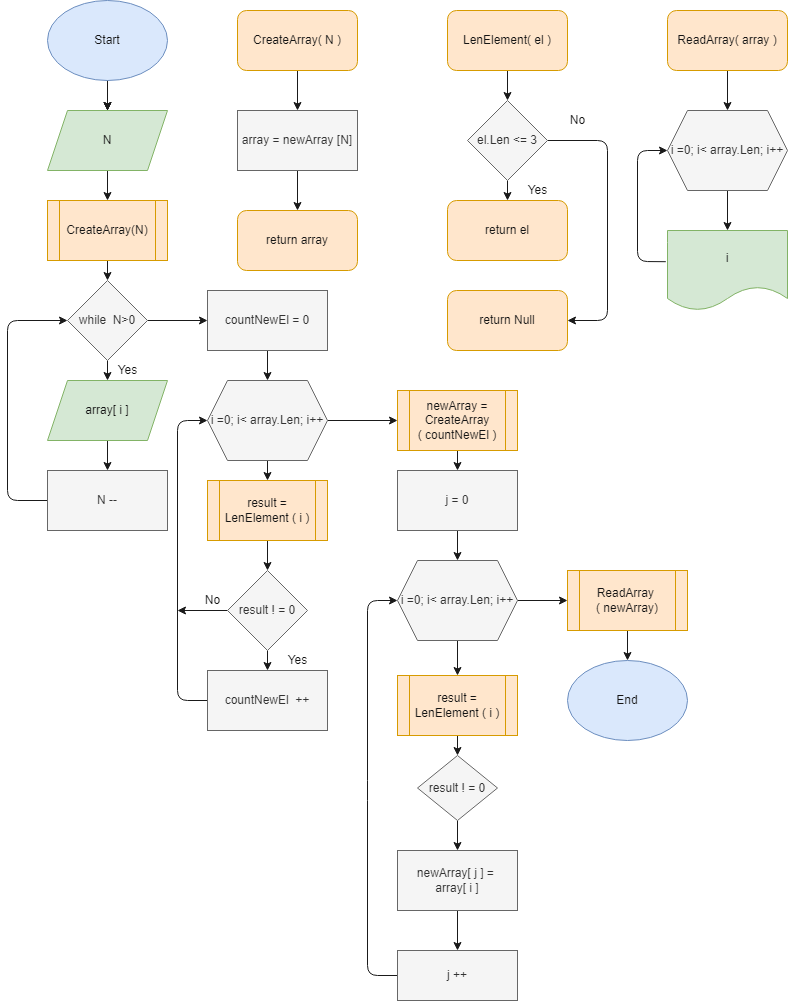
Artur-by/GeekBrainsControlWork keeps this draw.io diagram as Control1/control1.png. Above is the earlier version. Source tidied: cells renumbered, new cells last; positions are measured from the earlier drawing's top-left corner, leaving out a move shared by most shapes.
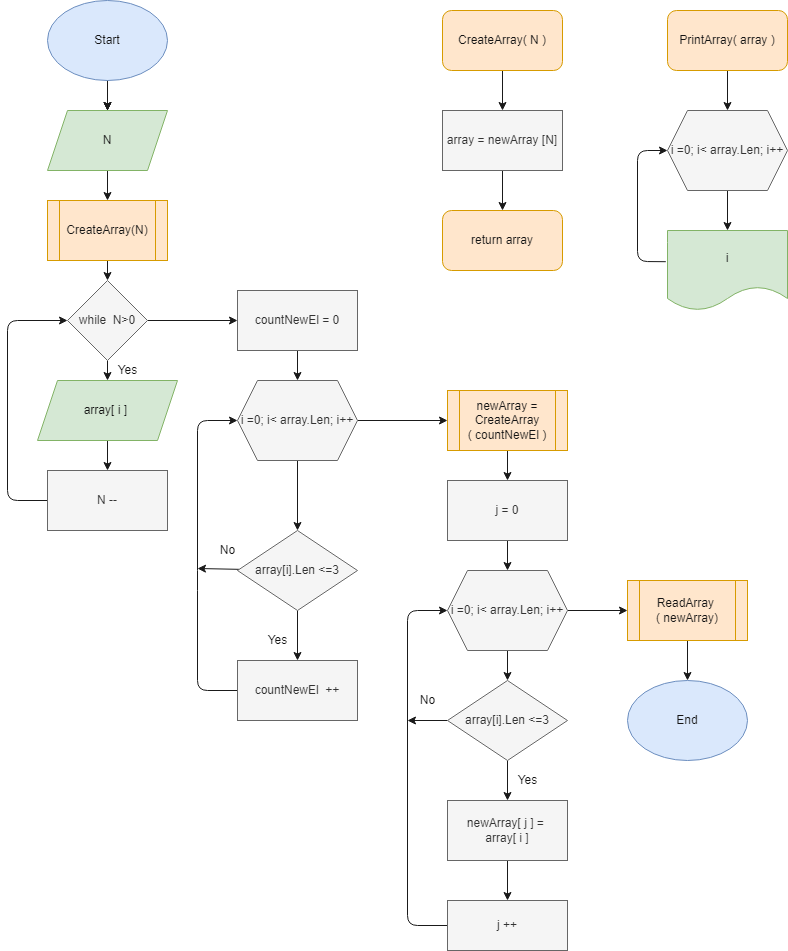
The same file after the commit.

Commit message:
Changed the solution algorithm and block diagram, add to git drawio file

Diff of the diagram source:
```diff
@@ -26,22 +26,22 @@
     </mxCell>
     <mxCell id="8" style="edgeStyle=none;html=1;fontColor=#141414;strokeColor=#1A1A1A;" parent="1" edge="1" source="9">
       <mxGeometry relative="1" as="geometry">
-        <mxPoint x="290" y="110" as="targetPoint" />
+        <mxPoint x="495" y="110" as="targetPoint" />
       </mxGeometry>
     </mxCell>
     <mxCell id="9" value="&lt;font color=&quot;#141414&quot;&gt;CreateArray( N )&lt;/font&gt;" style="rounded=1;whiteSpace=wrap;html=1;fillColor=#ffe6cc;strokeColor=#d79b00;" parent="1" vertex="1">
-      <mxGeometry x="230" y="10" width="120" height="60" as="geometry" />
+      <mxGeometry x="435" y="10" width="120" height="60" as="geometry" />
     </mxCell>
     <mxCell id="10" style="edgeStyle=none;html=1;fontColor=#141414;strokeColor=#1A1A1A;" parent="1" edge="1" source="11">
       <mxGeometry relative="1" as="geometry">
-        <mxPoint x="290" y="210" as="targetPoint" />
+        <mxPoint x="495" y="210" as="targetPoint" />
       </mxGeometry>
     </mxCell>
     <mxCell id="11" value="array = newArray [N]" style="rounded=0;whiteSpace=wrap;html=1;fontColor=#333333;fillColor=#f5f5f5;strokeColor=#666666;" parent="1" vertex="1">
-      <mxGeometry x="230" y="110" width="120" height="60" as="geometry" />
+      <mxGeometry x="435" y="110" width="120" height="60" as="geometry" />
     </mxCell>
     <mxCell id="12" value="&lt;font color=&quot;#141414&quot;&gt;return array&lt;/font&gt;" style="rounded=1;whiteSpace=wrap;html=1;fillColor=#ffe6cc;strokeColor=#d79b00;" parent="1" vertex="1">
-      <mxGeometry x="230" y="210" width="120" height="60" as="geometry" />
+      <mxGeometry x="435" y="210" width="120" height="60" as="geometry" />
     </mxCell>
     <mxCell id="13" style="edgeStyle=none;html=1;fontColor=#141414;strokeColor=#1A1A1A;" parent="1" edge="1" source="14">
       <mxGeometry relative="1" as="geometry">
@@ -51,21 +51,11 @@
     <mxCell id="14" value="&lt;font color=&quot;#141414&quot;&gt;CreateArray(N)&lt;/font&gt;" style="shape=process;whiteSpace=wrap;html=1;backgroundOutline=1;fillColor=#ffe6cc;strokeColor=#d79b00;" parent="1" vertex="1">
       <mxGeometry x="40" y="200" width="120" height="60" as="geometry" />
     </mxCell>
-    <mxCell id="15" style="edgeStyle=none;html=1;entryX=0.5;entryY=0;entryDx=0;entryDy=0;fontColor=#141414;strokeColor=#1A1A1A;" parent="1" edge="1" source="16">
-      <mxGeometry relative="1" as="geometry">
-        <mxPoint x="500" y="100" as="targetPoint" />
-      </mxGeometry>
-    </mxCell>
-    <mxCell id="16" value="&lt;font color=&quot;#141414&quot;&gt;LenElement( el )&lt;/font&gt;" style="rounded=1;whiteSpace=wrap;html=1;fillColor=#ffe6cc;strokeColor=#d79b00;" parent="1" vertex="1">
-      <mxGeometry x="440" y="10" width="120" height="60" as="geometry" />
-    </mxCell>
     <mxCell id="17" style="edgeStyle=none;html=1;fontColor=#141414;strokeColor=#1A1A1A;" parent="1" edge="1" source="19" target="21">
       <mxGeometry relative="1" as="geometry" />
     </mxCell>
-    <mxCell id="18" style="edgeStyle=none;html=1;exitX=1;exitY=0.5;exitDx=0;exitDy=0;fontColor=#141414;strokeColor=#1A1A1A;" parent="1" edge="1" source="19">
-      <mxGeometry relative="1" as="geometry">
-        <mxPoint x="200" y="320" as="targetPoint" />
-      </mxGeometry>
+    <mxCell id="18" style="edgeStyle=none;html=1;exitX=1;exitY=0.5;exitDx=0;exitDy=0;fontColor=#141414;strokeColor=#1A1A1A;entryX=0;entryY=0.5;entryDx=0;entryDy=0;" parent="1" edge="1" source="19" target="34">
+      <mxGeometry relative="1" as="geometry" />
     </mxCell>
     <mxCell id="19" value="while&amp;nbsp; N&amp;gt;0" style="rhombus;whiteSpace=wrap;html=1;fontColor=#333333;fillColor=#f5f5f5;strokeColor=#666666;" parent="1" vertex="1">
       <mxGeometry x="60" y="280" width="80" height="80" as="geometry" />
@@ -73,8 +63,8 @@
     <mxCell id="20" style="edgeStyle=none;html=1;fontColor=#141414;strokeColor=#1A1A1A;" parent="1" edge="1" source="21" target="23">
       <mxGeometry relative="1" as="geometry" />
     </mxCell>
-    <mxCell id="21" value="&lt;font color=&quot;#141414&quot;&gt;array[ i ]&lt;/font&gt;" style="shape=parallelogram;perimeter=parallelogramPerimeter;whiteSpace=wrap;html=1;fixedSize=1;fillColor=#d5e8d4;strokeColor=#82b366;" parent="1" vertex="1">
-      <mxGeometry x="40" y="380" width="120" height="60" as="geometry" />
+    <mxCell id="21" value="&lt;font color=&quot;#141414&quot;&gt;array[ i ]&amp;nbsp;&lt;br&gt;&lt;/font&gt;" style="shape=parallelogram;perimeter=parallelogramPerimeter;whiteSpace=wrap;html=1;fixedSize=1;fillColor=#d5e8d4;strokeColor=#82b366;" parent="1" vertex="1">
+      <mxGeometry x="30" y="380" width="140" height="60" as="geometry" />
     </mxCell>
     <mxCell id="22" style="edgeStyle=none;html=1;entryX=0;entryY=0.5;entryDx=0;entryDy=0;fontColor=#141414;strokeColor=#1A1A1A;exitX=0;exitY=0.5;exitDx=0;exitDy=0;" parent="1" edge="1" source="23" target="19">
       <mxGeometry relative="1" as="geometry">
@@ -90,154 +80,93 @@
     <mxCell id="24" value="Yes" style="text;html=1;align=center;verticalAlign=middle;strokeColor=none;fillColor=none;fontColor=#141414;" parent="1" vertex="1">
       <mxGeometry x="100" y="360" width="40" height="20" as="geometry" />
     </mxCell>
-    <mxCell id="25" style="edgeStyle=none;html=1;fontColor=#141414;strokeColor=#1A1A1A;" parent="1" edge="1" target="28">
-      <mxGeometry relative="1" as="geometry">
-        <mxPoint x="500" y="180" as="sourcePoint" />
-      </mxGeometry>
-    </mxCell>
-    <mxCell id="26" style="edgeStyle=none;html=1;fontColor=#141414;strokeColor=#1A1A1A;" parent="1" edge="1" source="28">
-      <mxGeometry relative="1" as="geometry">
-        <mxPoint x="500" y="200" as="targetPoint" />
-      </mxGeometry>
-    </mxCell>
-    <mxCell id="27" style="edgeStyle=none;html=1;fontColor=#141414;strokeColor=#1A1A1A;exitX=1;exitY=0.5;exitDx=0;exitDy=0;entryX=1;entryY=0.5;entryDx=0;entryDy=0;" parent="1" edge="1" source="28" target="32">
-      <mxGeometry relative="1" as="geometry">
-        <Array as="points">
-          <mxPoint x="600" y="140" />
-          <mxPoint x="600" y="320" />
-        </Array>
-      </mxGeometry>
-    </mxCell>
-    <mxCell id="28" value="el.Len &amp;lt;= 3" style="rhombus;whiteSpace=wrap;html=1;fillColor=#f5f5f5;strokeColor=#666666;fontColor=#333333;" parent="1" vertex="1">
-      <mxGeometry x="460" y="100" width="80" height="80" as="geometry" />
-    </mxCell>
-    <mxCell id="29" value="&lt;font color=&quot;#141414&quot;&gt;return el&lt;/font&gt;" style="rounded=1;whiteSpace=wrap;html=1;fillColor=#ffe6cc;strokeColor=#d79b00;" parent="1" vertex="1">
-      <mxGeometry x="440" y="200" width="120" height="60" as="geometry" />
-    </mxCell>
-    <mxCell id="30" value="Yes" style="text;html=1;align=center;verticalAlign=middle;strokeColor=none;fillColor=none;fontColor=#141414;" parent="1" vertex="1">
-      <mxGeometry x="510" y="180" width="40" height="20" as="geometry" />
-    </mxCell>
-    <mxCell id="31" value="No" style="text;html=1;align=center;verticalAlign=middle;strokeColor=none;fillColor=none;fontColor=#141414;" parent="1" vertex="1">
-      <mxGeometry x="555" y="110" width="30" height="20" as="geometry" />
-    </mxCell>
-    <mxCell id="32" value="&lt;font color=&quot;#141414&quot;&gt;return Null&lt;/font&gt;" style="rounded=1;whiteSpace=wrap;html=1;fillColor=#ffe6cc;strokeColor=#d79b00;" parent="1" vertex="1">
-      <mxGeometry x="440" y="290" width="120" height="60" as="geometry" />
-    </mxCell>
-    <mxCell id="33" style="edgeStyle=none;html=1;fontColor=#141414;strokeColor=#1A1A1A;" parent="1" edge="1" source="34">
-      <mxGeometry relative="1" as="geometry">
-        <mxPoint x="260" y="380" as="targetPoint" />
-      </mxGeometry>
-    </mxCell>
+    <mxCell id="71" style="edgeStyle=none;html=1;entryX=0.5;entryY=0;entryDx=0;entryDy=0;strokeColor=#1A1A1A;" parent="1" edge="1" source="34" target="37">
+      <mxGeometry relative="1" as="geometry" />
+    </mxCell>
     <mxCell id="34" value="countNewEl = 0" style="rounded=0;whiteSpace=wrap;html=1;fontColor=#333333;fillColor=#f5f5f5;strokeColor=#666666;" parent="1" vertex="1">
-      <mxGeometry x="200" y="290" width="120" height="60" as="geometry" />
+      <mxGeometry x="230" y="290" width="120" height="60" as="geometry" />
     </mxCell>
-    <mxCell id="35" style="edgeStyle=none;html=1;exitX=0.5;exitY=1;exitDx=0;exitDy=0;fontColor=#141414;strokeColor=#1A1A1A;" parent="1" edge="1" source="37">
-      <mxGeometry relative="1" as="geometry">
-        <mxPoint x="260" y="480" as="targetPoint" />
-      </mxGeometry>
+    <mxCell id="35" style="edgeStyle=none;html=1;exitX=0.5;exitY=1;exitDx=0;exitDy=0;fontColor=#141414;strokeColor=#1A1A1A;entryX=0.5;entryY=0;entryDx=0;entryDy=0;" parent="1" edge="1" source="37" target="42">
+      <mxGeometry relative="1" as="geometry" />
     </mxCell>
     <mxCell id="36" style="edgeStyle=none;html=1;exitX=1;exitY=0.5;exitDx=0;exitDy=0;fontColor=#141414;strokeColor=#1A1A1A;entryX=0;entryY=0.5;entryDx=0;entryDy=0;" parent="1" edge="1" source="37" target="48">
       <mxGeometry relative="1" as="geometry" />
     </mxCell>
     <mxCell id="37" value="i =0; i&amp;lt; array.Len; i++" style="shape=hexagon;perimeter=hexagonPerimeter2;whiteSpace=wrap;html=1;fixedSize=1;fontColor=#333333;fillColor=#f5f5f5;strokeColor=#666666;" parent="1" vertex="1">
-      <mxGeometry x="200" y="380" width="120" height="80" as="geometry" />
+      <mxGeometry x="230" y="380" width="120" height="80" as="geometry" />
     </mxCell>
-    <mxCell id="38" style="edgeStyle=none;html=1;fontColor=#141414;strokeColor=#1A1A1A;" parent="1" edge="1" source="39" target="42">
-      <mxGeometry relative="1" as="geometry" />
-    </mxCell>
-    <mxCell id="39" value="&lt;font color=&quot;#141414&quot;&gt;result = LenElement ( i )&lt;/font&gt;" style="shape=process;whiteSpace=wrap;html=1;backgroundOutline=1;fillColor=#ffe6cc;strokeColor=#d79b00;" parent="1" vertex="1">
-      <mxGeometry x="200" y="480" width="120" height="60" as="geometry" />
-    </mxCell>
     <mxCell id="40" style="edgeStyle=none;html=1;fontColor=#141414;strokeColor=#1A1A1A;" parent="1" edge="1" source="42" target="44">
       <mxGeometry relative="1" as="geometry" />
     </mxCell>
-    <mxCell id="41" style="edgeStyle=none;html=1;fontColor=#141414;strokeColor=#1A1A1A;" parent="1" edge="1" source="42">
-      <mxGeometry relative="1" as="geometry">
-        <mxPoint x="170" y="610" as="targetPoint" />
-      </mxGeometry>
-    </mxCell>
+    <mxCell id="72" style="edgeStyle=none;html=1;strokeColor=#1A1A1A;" parent="1" edge="1" source="42">
+      <mxGeometry relative="1" as="geometry">
+        <mxPoint x="190" y="568" as="targetPoint" />
+      </mxGeometry>
+    </mxCell>
-    <mxCell id="42" value="result ! = 0" style="rhombus;whiteSpace=wrap;html=1;fillColor=#f5f5f5;strokeColor=#666666;fontColor=#333333;" parent="1" vertex="1">
-      <mxGeometry x="220" y="570" width="80" height="80" as="geometry" />
+    <mxCell id="42" value="array[i].Len &amp;lt;=3" style="rhombus;whiteSpace=wrap;html=1;fillColor=#f5f5f5;strokeColor=#666666;fontColor=#333333;" parent="1" vertex="1">
+      <mxGeometry x="230" y="530" width="120" height="80" as="geometry" />
     </mxCell>
-    <mxCell id="43" style="edgeStyle=none;html=1;entryX=0;entryY=0.5;entryDx=0;entryDy=0;fontColor=#141414;strokeColor=#1A1A1A;" parent="1" edge="1" target="37">
+    <mxCell id="43" style="edgeStyle=none;html=1;entryX=0;entryY=0.5;entryDx=0;entryDy=0;fontColor=#141414;strokeColor=#1A1A1A;exitX=0;exitY=0.5;exitDx=0;exitDy=0;" parent="1" edge="1" source="44" target="37">
       <mxGeometry relative="1" as="geometry">
-        <mxPoint x="200" y="700" as="sourcePoint" />
         <Array as="points">
-          <mxPoint x="170" y="700" />
-          <mxPoint x="170" y="420" />
+          <mxPoint x="190" y="690" />
+          <mxPoint x="190" y="580" />
+          <mxPoint x="190" y="420" />
         </Array>
       </mxGeometry>
     </mxCell>
     <mxCell id="44" value="&lt;span&gt;countNewEl&amp;nbsp; ++&lt;/span&gt;" style="whiteSpace=wrap;html=1;fillColor=#f5f5f5;strokeColor=#666666;fontColor=#333333;" parent="1" vertex="1">
-      <mxGeometry x="200" y="670" width="120" height="60" as="geometry" />
+      <mxGeometry x="230" y="660" width="120" height="60" as="geometry" />
     </mxCell>
     <mxCell id="45" value="Yes" style="text;html=1;align=center;verticalAlign=middle;strokeColor=none;fillColor=none;fontColor=#141414;" parent="1" vertex="1">
-      <mxGeometry x="270" y="650" width="40" height="20" as="geometry" />
+      <mxGeometry x="250" y="630" width="40" height="20" as="geometry" />
     </mxCell>
-    <mxCell id="46" value="No" style="text;html=1;align=center;verticalAlign=middle;strokeColor=none;fillColor=none;fontColor=#141414;" parent="1" vertex="1">
-      <mxGeometry x="190" y="590" width="30" height="20" as="geometry" />
-    </mxCell>
     <mxCell id="47" style="edgeStyle=none;html=1;entryX=0.5;entryY=0;entryDx=0;entryDy=0;fontColor=#141414;strokeColor=#1A1A1A;" parent="1" edge="1" source="48" target="57">
       <mxGeometry relative="1" as="geometry" />
     </mxCell>
     <mxCell id="48" value="&lt;font color=&quot;#141414&quot;&gt;newArray = CreateArray&lt;br&gt;( countNewEl )&lt;/font&gt;" style="shape=process;whiteSpace=wrap;html=1;backgroundOutline=1;fillColor=#ffe6cc;strokeColor=#d79b00;" parent="1" vertex="1">
-      <mxGeometry x="390" y="390" width="120" height="60" as="geometry" />
+      <mxGeometry x="440" y="390" width="120" height="60" as="geometry" />
     </mxCell>
-    <mxCell id="49" style="edgeStyle=none;html=1;entryX=0.5;entryY=0;entryDx=0;entryDy=0;fontColor=#141414;strokeColor=#1A1A1A;" parent="1" edge="1" source="51" target="53">
-      <mxGeometry relative="1" as="geometry" />
+    <mxCell id="49" style="edgeStyle=none;html=1;entryX=0.5;entryY=0;entryDx=0;entryDy=0;fontColor=#141414;strokeColor=#1A1A1A;" parent="1" edge="1" source="51">
+      <mxGeometry relative="1" as="geometry">
+        <mxPoint x="500" y="680" as="targetPoint" />
+      </mxGeometry>
     </mxCell>
-    <mxCell id="50" style="edgeStyle=none;html=1;fontColor=#141414;strokeColor=#1A1A1A;" parent="1" edge="1" source="51">
-      <mxGeometry relative="1" as="geometry">
-        <mxPoint x="560" y="600" as="targetPoint" />
-      </mxGeometry>
-    </mxCell>
+    <mxCell id="73" style="edgeStyle=none;html=1;entryX=0;entryY=0.5;entryDx=0;entryDy=0;fontColor=#141414;strokeColor=#1A1A1A;" parent="1" edge="1" source="51" target="69">
+      <mxGeometry relative="1" as="geometry" />
+    </mxCell>
     <mxCell id="51" value="i =0; i&amp;lt; array.Len; i++" style="shape=hexagon;perimeter=hexagonPerimeter2;whiteSpace=wrap;html=1;fixedSize=1;fontColor=#333333;fillColor=#f5f5f5;strokeColor=#666666;" parent="1" vertex="1">
-      <mxGeometry x="390" y="560" width="120" height="80" as="geometry" />
+      <mxGeometry x="440" y="570" width="120" height="80" as="geometry" />
     </mxCell>
-    <mxCell id="52" style="edgeStyle=none;html=1;entryX=0.5;entryY=0;entryDx=0;entryDy=0;fontColor=#141414;strokeColor=#1A1A1A;" parent="1" edge="1" source="53" target="55">
-      <mxGeometry relative="1" as="geometry" />
-    </mxCell>
-    <mxCell id="53" value="&lt;font color=&quot;#141414&quot;&gt;result = LenElement ( i )&lt;/font&gt;" style="shape=process;whiteSpace=wrap;html=1;backgroundOutline=1;fillColor=#ffe6cc;strokeColor=#d79b00;" parent="1" vertex="1">
-      <mxGeometry x="390" y="675" width="120" height="60" as="geometry" />
-    </mxCell>
-    <mxCell id="54" style="edgeStyle=none;html=1;entryX=0.5;entryY=0;entryDx=0;entryDy=0;fontColor=#141414;strokeColor=#1A1A1A;" parent="1" edge="1" source="55" target="59">
-      <mxGeometry relative="1" as="geometry" />
-    </mxCell>
-    <mxCell id="55" value="result ! = 0" style="rhombus;whiteSpace=wrap;html=1;fillColor=#f5f5f5;strokeColor=#666666;fontColor=#333333;" parent="1" vertex="1">
-      <mxGeometry x="410" y="755" width="80" height="65" as="geometry" />
-    </mxCell>
-    <mxCell id="56" style="edgeStyle=none;html=1;fontColor=#141414;strokeColor=#1A1A1A;" parent="1" edge="1" source="57">
-      <mxGeometry relative="1" as="geometry">
-        <mxPoint x="450" y="560" as="targetPoint" />
-      </mxGeometry>
-    </mxCell>
+    <mxCell id="74" style="edgeStyle=none;html=1;entryX=0.5;entryY=0;entryDx=0;entryDy=0;fontColor=#141414;strokeColor=#1A1A1A;" parent="1" edge="1" source="57" target="51">
+      <mxGeometry relative="1" as="geometry" />
+    </mxCell>
     <mxCell id="57" value="j = 0" style="whiteSpace=wrap;html=1;fillColor=#f5f5f5;strokeColor=#666666;fontColor=#333333;" parent="1" vertex="1">
-      <mxGeometry x="390" y="470" width="120" height="60" as="geometry" />
+      <mxGeometry x="440" y="480" width="120" height="60" as="geometry" />
     </mxCell>
     <mxCell id="58" style="edgeStyle=none;html=1;entryX=0.5;entryY=0;entryDx=0;entryDy=0;fontColor=#141414;strokeColor=#1A1A1A;" parent="1" edge="1" source="59" target="61">
       <mxGeometry relative="1" as="geometry" />
     </mxCell>
     <mxCell id="59" value="&lt;span&gt;newArray[ j ] = &lt;br&gt;array[ i ]&lt;/span&gt;" style="whiteSpace=wrap;html=1;fillColor=#f5f5f5;strokeColor=#666666;fontColor=#333333;" parent="1" vertex="1">
-      <mxGeometry x="390" y="850" width="120" height="60" as="geometry" />
+      <mxGeometry x="440" y="800" width="120" height="60" as="geometry" />
     </mxCell>
     <mxCell id="60" style="edgeStyle=none;html=1;exitX=0;exitY=0.5;exitDx=0;exitDy=0;entryX=0;entryY=0.5;entryDx=0;entryDy=0;fontColor=#141414;strokeColor=#1A1A1A;" parent="1" edge="1" source="61" target="51">
       <mxGeometry relative="1" as="geometry">
         <Array as="points">
-          <mxPoint x="360" y="975" />
-          <mxPoint x="360" y="790" />
-          <mxPoint x="360" y="600" />
+          <mxPoint x="400" y="925" />
+          <mxPoint x="400" y="610" />
         </Array>
       </mxGeometry>
     </mxCell>
     <mxCell id="61" value="j ++" style="whiteSpace=wrap;html=1;fillColor=#f5f5f5;strokeColor=#666666;fontColor=#333333;" parent="1" vertex="1">
-      <mxGeometry x="390" y="950" width="120" height="50" as="geometry" />
+      <mxGeometry x="440" y="900" width="120" height="50" as="geometry" />
     </mxCell>
     <mxCell id="62" style="edgeStyle=none;html=1;fontColor=#141414;strokeColor=#1A1A1A;" parent="1" edge="1" source="63">
       <mxGeometry relative="1" as="geometry">
         <mxPoint x="720" y="110" as="targetPoint" />
       </mxGeometry>
     </mxCell>
-    <mxCell id="63" value="&lt;font color=&quot;#141414&quot;&gt;ReadArray( array )&lt;/font&gt;" style="rounded=1;whiteSpace=wrap;html=1;fillColor=#ffe6cc;strokeColor=#d79b00;" parent="1" vertex="1">
+    <mxCell id="63" value="&lt;font color=&quot;#141414&quot;&gt;PrintArray( array )&lt;/font&gt;" style="rounded=1;whiteSpace=wrap;html=1;fillColor=#ffe6cc;strokeColor=#d79b00;" parent="1" vertex="1">
       <mxGeometry x="660" y="10" width="120" height="60" as="geometry" />
     </mxCell>
     <mxCell id="64" style="edgeStyle=none;html=1;fontColor=#141414;strokeColor=#1A1A1A;" parent="1" edge="1" source="65" target="67">
@@ -257,16 +186,34 @@
     <mxCell id="67" value="&lt;font color=&quot;#141414&quot;&gt;i&lt;/font&gt;" style="shape=document;whiteSpace=wrap;html=1;boundedLbl=1;fillColor=#d5e8d4;strokeColor=#82b366;" parent="1" vertex="1">
       <mxGeometry x="660" y="230" width="120" height="80" as="geometry" />
     </mxCell>
-    <mxCell id="68" style="edgeStyle=none;html=1;fontColor=#141414;strokeColor=#1A1A1A;" parent="1" edge="1" source="69">
-      <mxGeometry relative="1" as="geometry">
-        <mxPoint x="620" y="660" as="targetPoint" />
-      </mxGeometry>
-    </mxCell>
+    <mxCell id="75" style="edgeStyle=none;html=1;entryX=0.5;entryY=0;entryDx=0;entryDy=0;fontColor=#141414;strokeColor=#1A1A1A;" parent="1" edge="1" source="69" target="70">
+      <mxGeometry relative="1" as="geometry" />
+    </mxCell>
     <mxCell id="69" value="&lt;font color=&quot;#141414&quot;&gt;ReadArray&amp;nbsp;&lt;br&gt;( newArray)&lt;/font&gt;" style="shape=process;whiteSpace=wrap;html=1;backgroundOutline=1;fillColor=#ffe6cc;strokeColor=#d79b00;" parent="1" vertex="1">
-      <mxGeometry x="560" y="570" width="120" height="60" as="geometry" />
+      <mxGeometry x="620" y="580" width="120" height="60" as="geometry" />
     </mxCell>
     <mxCell id="70" value="&lt;font color=&quot;#141414&quot;&gt;End&lt;/font&gt;" style="ellipse;whiteSpace=wrap;html=1;fillColor=#dae8fc;strokeColor=#6c8ebf;" parent="1" vertex="1">
-      <mxGeometry x="560" y="660" width="120" height="80" as="geometry" />
+      <mxGeometry x="620" y="680" width="120" height="80" as="geometry" />
     </mxCell>
+    <mxCell id="76" value="&lt;font color=&quot;#141414&quot;&gt;No&lt;/font&gt;" style="text;html=1;align=center;verticalAlign=middle;strokeColor=none;fillColor=none;" parent="1" vertex="1">
+      <mxGeometry x="205" y="540" width="30" height="20" as="geometry" />
+    </mxCell>
+    <mxCell id="77" style="edgeStyle=none;html=1;entryX=0.5;entryY=0;entryDx=0;entryDy=0;fontColor=#141414;strokeColor=#1A1A1A;" parent="1" edge="1" source="79" target="59">
+      <mxGeometry relative="1" as="geometry" />
+    </mxCell>
+    <mxCell id="78" style="edgeStyle=none;html=1;fontColor=#141414;strokeColor=#1A1A1A;" parent="1" edge="1" source="79">
+      <mxGeometry relative="1" as="geometry">
+        <mxPoint x="400" y="720" as="targetPoint" />
+      </mxGeometry>
+    </mxCell>
+    <mxCell id="79" value="array[i].Len &amp;lt;=3" style="rhombus;whiteSpace=wrap;html=1;fillColor=#f5f5f5;strokeColor=#666666;fontColor=#333333;" parent="1" vertex="1">
+      <mxGeometry x="440" y="680" width="120" height="80" as="geometry" />
+    </mxCell>
+    <mxCell id="80" value="No" style="text;html=1;align=center;verticalAlign=middle;strokeColor=none;fillColor=none;fontColor=#141414;" parent="1" vertex="1">
+      <mxGeometry x="405" y="690" width="30" height="20" as="geometry" />
+    </mxCell>
+    <mxCell id="30" value="Yes" style="text;html=1;align=center;verticalAlign=middle;strokeColor=none;fillColor=none;fontColor=#141414;" parent="1" vertex="1">
+      <mxGeometry x="500" y="770" width="40" height="20" as="geometry" />
+    </mxCell>
   </root>
 </mxGraphModel>
```
